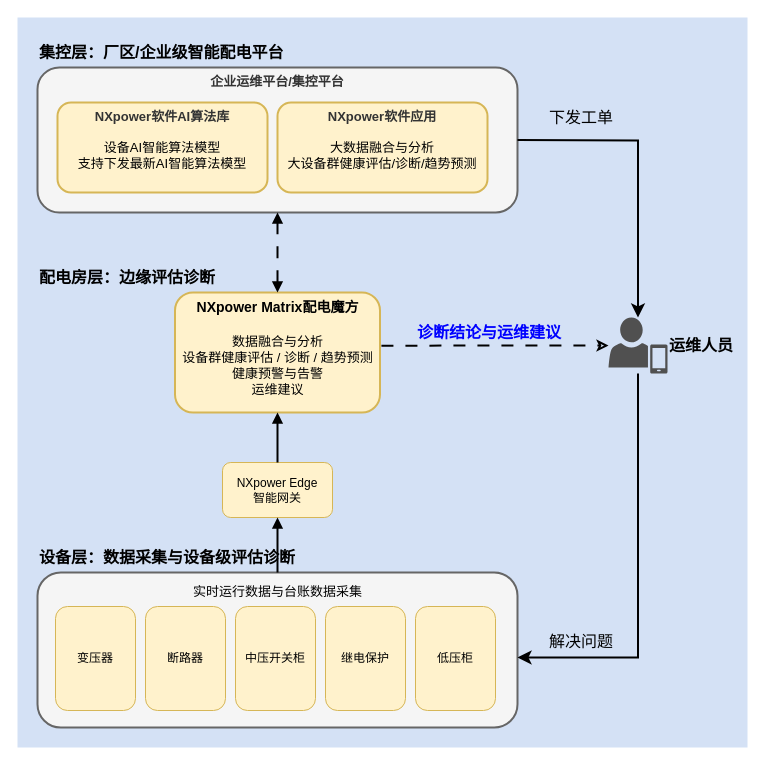
Above: page "第 4 页" (4 of 5) of documentation/pfcurve.drawio in CloudOnWings/docs (draw.io), before the change. Source tidied: cells renumbered, new cells numbered last; positions are measured from the earlier drawing's top-left corner, leaving out a move shared by most shapes. Both pictures are drawn from the tidied source at 100%, with x=0, y=0 at pixel (17, 17).
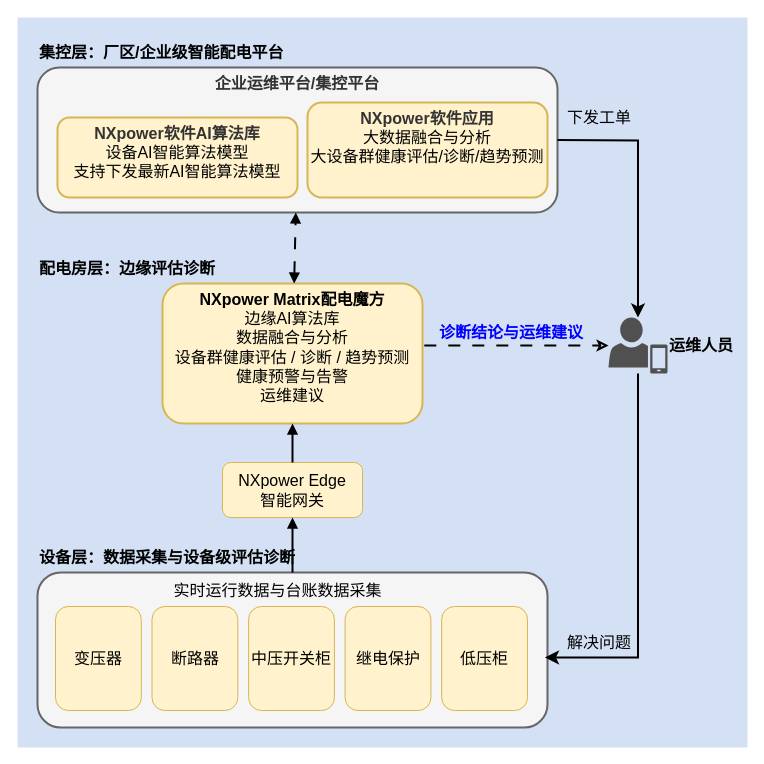
The same diagram, later.

The edit, as a diff of the source:
```diff
@@
-    <mxCell id="2" style="rounded=0;whiteSpace=wrap;html=1;strokeColor=none;fillColor=#D4E1F5;" parent="1" vertex="1">
+    <mxCell id="2" style="rounded=0;whiteSpace=wrap;html=1;strokeColor=none;fillColor=#D4E1F5;fontSize=16;" parent="1" vertex="1">
       <mxGeometry width="730" height="730" as="geometry" />
     </mxCell>
@@
     <mxCell id="4" value="配电房层：边缘评估诊断" style="text;html=1;strokeColor=none;fillColor=none;align=left;verticalAlign=middle;fontSize=16;fontStyle=1;" parent="1" vertex="1">
-      <mxGeometry x="20" y="245" width="220" height="30" as="geometry" />
+      <mxGeometry x="20" y="236" width="220" height="30" as="geometry" />
     </mxCell>
@@
-    <mxCell id="6" style="rounded=1;whiteSpace=wrap;html=1;strokeWidth=2;fillColor=#f5f5f5;strokeColor=#666666;fontColor=#333333;" parent="1" vertex="1">
-      <mxGeometry x="20" y="555" width="480" height="155" as="geometry" />
+    <mxCell id="6" style="rounded=1;whiteSpace=wrap;html=1;strokeWidth=2;fillColor=#f5f5f5;strokeColor=#666666;fontColor=#333333;fontSize=16;" parent="1" vertex="1">
+      <mxGeometry x="20" y="555" width="510" height="155" as="geometry" />
     </mxCell>
-    <mxCell id="7" value="实时运行数据与台账数据采集" style="text;html=1;strokeColor=none;fillColor=none;align=center;verticalAlign=bottom;fontSize=13;" parent="1" vertex="1">
+    <mxCell id="7" value="实时运行数据与台账数据采集" style="text;html=1;strokeColor=none;fillColor=none;align=center;verticalAlign=bottom;fontSize=16;" parent="1" vertex="1">
       <mxGeometry x="20" y="555" width="480" height="30" as="geometry" />
     </mxCell>
-    <mxCell id="8" value="变压器" style="rounded=1;whiteSpace=wrap;html=1;fillColor=#fff2cc;strokeColor=#d6b656;" parent="1" vertex="1">
-      <mxGeometry x="38" y="589" width="80" height="104" as="geometry" />
-    </mxCell>
-    <mxCell id="9" value="断路器" style="rounded=1;whiteSpace=wrap;html=1;fillColor=#fff2cc;strokeColor=#d6b656;" parent="1" vertex="1">
-      <mxGeometry x="128" y="589" width="80" height="104" as="geometry" />
-    </mxCell>
-    <mxCell id="10" value="中压开关柜" style="rounded=1;whiteSpace=wrap;html=1;fillColor=#fff2cc;strokeColor=#d6b656;" parent="1" vertex="1">
-      <mxGeometry x="218" y="589" width="80" height="104" as="geometry" />
-    </mxCell>
-    <mxCell id="11" value="继电保护" style="rounded=1;whiteSpace=wrap;html=1;fillColor=#fff2cc;strokeColor=#d6b656;" parent="1" vertex="1">
-      <mxGeometry x="308" y="589" width="80" height="104" as="geometry" />
-    </mxCell>
-    <mxCell id="12" value="低压柜" style="rounded=1;whiteSpace=wrap;html=1;fillColor=#fff2cc;strokeColor=#d6b656;" parent="1" vertex="1">
-      <mxGeometry x="398" y="589" width="80" height="104" as="geometry" />
-    </mxCell>
-    <mxCell id="13" value="NXpower Edge&lt;div&gt;智能网关&lt;/div&gt;" style="rounded=1;whiteSpace=wrap;html=1;fillColor=#fff2cc;strokeColor=#d6b656;" parent="1" vertex="1">
-      <mxGeometry x="205" y="445" width="110" height="55" as="geometry" />
+    <mxCell id="13" value="NXpower Edge&lt;div&gt;智能网关&lt;/div&gt;" style="rounded=1;whiteSpace=wrap;html=1;fillColor=#fff2cc;strokeColor=#d6b656;fontSize=16;" parent="1" vertex="1">
+      <mxGeometry x="205" y="445" width="140" height="55" as="geometry" />
     </mxCell>
-    <mxCell id="14" value="NXpower Matrix配电魔方&lt;div&gt;&lt;br&gt;&lt;div&gt;&lt;span style=&quot;color: rgb(0, 0, 0); font-size: 13px; font-weight: 400; text-wrap-mode: nowrap;&quot;&gt;数据融合与分析&lt;/span&gt;&lt;br style=&quot;color: rgb(0, 0, 0); font-size: 13px; font-weight: 400; text-wrap-mode: nowrap;&quot;&gt;&lt;span style=&quot;color: rgb(0, 0, 0); font-size: 13px; font-weight: 400; text-wrap-mode: nowrap;&quot;&gt;设备群健康评估 / 诊断 / 趋势预测&lt;/span&gt;&lt;div style=&quot;color: rgb(0, 0, 0); font-size: 13px; font-weight: 400; text-wrap-mode: nowrap;&quot;&gt;健康预警与告警&lt;/div&gt;&lt;div style=&quot;color: rgb(0, 0, 0); font-size: 13px; font-weight: 400; text-wrap-mode: nowrap;&quot;&gt;运维建议&lt;/div&gt;&lt;/div&gt;&lt;/div&gt;" style="rounded=1;whiteSpace=wrap;html=1;strokeWidth=2;fillColor=#fff2cc;strokeColor=#d6b656;align=center;verticalAlign=top;fontSize=14;fontStyle=1;" parent="1" vertex="1">
-      <mxGeometry x="157.5" y="275" width="205" height="120" as="geometry" />
+    <mxCell id="14" value="NXpower Matrix配电魔方&lt;div&gt;&lt;span style=&quot;font-weight: normal; background-color: transparent; color: light-dark(rgb(0, 0, 0), rgb(255, 255, 255));&quot;&gt;边缘AI算法库&lt;/span&gt;&lt;/div&gt;&lt;div&gt;&lt;div&gt;&lt;span style=&quot;color: rgb(0, 0, 0); font-weight: 400; text-wrap-mode: nowrap;&quot;&gt;数据融合与分析&lt;/span&gt;&lt;br style=&quot;color: rgb(0, 0, 0); font-weight: 400; text-wrap-mode: nowrap;&quot;&gt;&lt;span style=&quot;color: rgb(0, 0, 0); font-weight: 400; text-wrap-mode: nowrap;&quot;&gt;设备群健康评估 / 诊断 / 趋势预测&lt;/span&gt;&lt;div style=&quot;color: rgb(0, 0, 0); font-weight: 400; text-wrap-mode: nowrap;&quot;&gt;健康预警与告警&lt;/div&gt;&lt;div style=&quot;color: rgb(0, 0, 0); font-weight: 400; text-wrap-mode: nowrap;&quot;&gt;运维建议&lt;/div&gt;&lt;/div&gt;&lt;/div&gt;" style="rounded=1;whiteSpace=wrap;html=1;strokeWidth=2;fillColor=#fff2cc;strokeColor=#d6b656;align=center;verticalAlign=top;fontSize=16;fontStyle=1;" parent="1" vertex="1">
+      <mxGeometry x="145" y="266" width="260" height="140" as="geometry" />
     </mxCell>
-    <mxCell id="15" value="&lt;div style=&quot;&quot;&gt;&lt;div&gt;&lt;b style=&quot;background-color: transparent; color: light-dark(rgb(51, 51, 51), rgb(193, 193, 193));&quot;&gt;企业运维平台/集控平台&lt;/b&gt;&lt;/div&gt;&lt;div&gt;&lt;b style=&quot;background-color: transparent; color: light-dark(rgb(51, 51, 51), rgb(193, 193, 193));&quot;&gt;&lt;br&gt;&lt;/b&gt;&lt;/div&gt;&lt;div&gt;&lt;br&gt;&lt;/div&gt;&lt;/div&gt;" style="rounded=1;whiteSpace=wrap;html=1;strokeWidth=2;fillColor=#f5f5f5;strokeColor=#666666;align=center;verticalAlign=top;fontSize=13;fontColor=#333333;" parent="1" vertex="1">
-      <mxGeometry x="20" y="50" width="480" height="145" as="geometry" />
+    <mxCell id="15" value="&lt;div&gt;&lt;div&gt;&lt;b style=&quot;background-color: transparent; color: light-dark(rgb(51, 51, 51), rgb(193, 193, 193));&quot;&gt;企业运维平台/集控平台&lt;/b&gt;&lt;/div&gt;&lt;div&gt;&lt;b style=&quot;background-color: transparent; color: light-dark(rgb(51, 51, 51), rgb(193, 193, 193));&quot;&gt;&lt;br&gt;&lt;/b&gt;&lt;/div&gt;&lt;div&gt;&lt;br&gt;&lt;/div&gt;&lt;/div&gt;" style="rounded=1;whiteSpace=wrap;html=1;strokeWidth=2;fillColor=#f5f5f5;strokeColor=#666666;align=center;verticalAlign=top;fontSize=16;fontColor=#333333;" parent="1" vertex="1">
+      <mxGeometry x="20" y="50" width="520" height="145" as="geometry" />
     </mxCell>
-    <mxCell id="16" style="endArrow=block;html=1;strokeColor=#000000;strokeWidth=2;" parent="1" edge="1" source="6" target="13">
+    <mxCell id="16" style="endArrow=block;html=1;strokeColor=#000000;strokeWidth=2;fontSize=16;" parent="1" edge="1" source="6" target="13">
       <mxGeometry relative="1" as="geometry" />
     </mxCell>
-    <mxCell id="17" style="endArrow=block;html=1;strokeColor=#000000;strokeWidth=2;" parent="1" edge="1" source="13" target="14">
+    <mxCell id="17" style="endArrow=block;html=1;strokeColor=#000000;strokeWidth=2;fontSize=16;" parent="1" edge="1" source="13" target="14">
       <mxGeometry relative="1" as="geometry" />
     </mxCell>
-    <mxCell id="18" style="endArrow=block;html=1;strokeColor=#000000;strokeWidth=2;dashed=1;dashPattern=6 6;startArrow=block;startFill=1;" parent="1" edge="1" source="14" target="15">
+    <mxCell id="18" style="endArrow=block;html=1;strokeColor=#000000;strokeWidth=2;dashed=1;dashPattern=6 6;startArrow=block;startFill=1;fontSize=16;" parent="1" edge="1" source="14" target="15">
       <mxGeometry relative="1" as="geometry" />
     </mxCell>
-    <mxCell id="19" value="&lt;div style=&quot;&quot;&gt;&lt;div&gt;&lt;b style=&quot;background-color: transparent; color: light-dark(rgb(51, 51, 51), rgb(193, 193, 193));&quot;&gt;NXpower软件AI算法库&lt;/b&gt;&lt;/div&gt;&lt;div&gt;&lt;br&gt;&lt;/div&gt;&lt;div&gt;设备AI智能算法模型&lt;/div&gt;&lt;div&gt;支持下发最新AI智能算法模型&lt;/div&gt;&lt;div&gt;&lt;br&gt;&lt;/div&gt;&lt;/div&gt;" style="rounded=1;whiteSpace=wrap;html=1;strokeWidth=2;fillColor=#fff2cc;strokeColor=#d6b656;align=center;verticalAlign=top;fontSize=13;" parent="1" vertex="1">
-      <mxGeometry x="40" y="85" width="210" height="90" as="geometry" />
+    <mxCell id="19" value="&lt;div&gt;&lt;b style=&quot;background-color: transparent; color: light-dark(rgb(51, 51, 51), rgb(193, 193, 193));&quot;&gt;NXpower软件AI算法库&lt;/b&gt;&lt;/div&gt;&lt;div&gt;&lt;span style=&quot;background-color: transparent; color: light-dark(rgb(0, 0, 0), rgb(255, 255, 255));&quot;&gt;设备AI智能算法模型&lt;/span&gt;&lt;/div&gt;&lt;div&gt;支持下发最新AI智能算法模型&lt;/div&gt;&lt;div&gt;&lt;br&gt;&lt;br&gt;&lt;/div&gt;" style="rounded=1;whiteSpace=wrap;html=1;strokeWidth=2;fillColor=#fff2cc;strokeColor=#d6b656;align=center;verticalAlign=top;fontSize=16;" parent="1" vertex="1">
+      <mxGeometry x="40" y="100" width="240" height="80" as="geometry" />
     </mxCell>
-    <mxCell id="20" value="&lt;div style=&quot;&quot;&gt;&lt;div&gt;&lt;b style=&quot;background-color: transparent; color: light-dark(rgb(51, 51, 51), rgb(193, 193, 193));&quot;&gt;NXpower软件应用&lt;/b&gt;&lt;/div&gt;&lt;div&gt;&lt;br&gt;&lt;/div&gt;&lt;div&gt;大数据融合与分析&lt;/div&gt;&lt;div&gt;大设备群健康评估/诊断/趋势预测&lt;/div&gt;&lt;/div&gt;" style="rounded=1;whiteSpace=wrap;html=1;strokeWidth=2;fillColor=#fff2cc;strokeColor=#d6b656;align=center;verticalAlign=top;fontSize=13;" parent="1" vertex="1">
-      <mxGeometry x="260" y="85" width="210" height="90" as="geometry" />
+    <mxCell id="20" value="&lt;div&gt;&lt;b style=&quot;background-color: transparent; color: light-dark(rgb(51, 51, 51), rgb(193, 193, 193));&quot;&gt;NXpower软件应用&lt;/b&gt;&lt;/div&gt;&lt;div&gt;&lt;span style=&quot;background-color: transparent; color: light-dark(rgb(0, 0, 0), rgb(255, 255, 255));&quot;&gt;大数据融合与分析&lt;/span&gt;&lt;/div&gt;&lt;div&gt;大设备群健康评估/诊断/趋势预测&lt;br&gt;&lt;/div&gt;" style="rounded=1;whiteSpace=wrap;html=1;strokeWidth=2;fillColor=#fff2cc;strokeColor=#d6b656;align=center;verticalAlign=top;fontSize=16;" parent="1" vertex="1">
+      <mxGeometry x="290" y="85" width="240" height="95" as="geometry" />
     </mxCell>
-    <mxCell id="21" style="sketch=0;shadow=0;dashed=0;html=1;strokeColor=none;fillColor=#505050;labelPosition=center;verticalLabelPosition=bottom;verticalAlign=top;outlineConnect=0;align=center;shape=mxgraph.office.users.mobile_user;" parent="1" vertex="1">
+    <mxCell id="21" style="sketch=0;shadow=0;dashed=0;html=1;strokeColor=none;fillColor=#505050;labelPosition=center;verticalLabelPosition=bottom;verticalAlign=top;outlineConnect=0;align=center;shape=mxgraph.office.users.mobile_user;fontSize=16;" parent="1" vertex="1">
       <mxGeometry x="591" y="300" width="59" height="56" as="geometry" />
     </mxCell>
@@
     <mxCell id="23" value="下发工单" style="text;html=1;strokeColor=none;fillColor=none;align=left;verticalAlign=middle;fontSize=16;fontStyle=0;" parent="1" vertex="1">
-      <mxGeometry x="530" y="85" width="70" height="30" as="geometry" />
+      <mxGeometry x="548" y="85" width="70" height="30" as="geometry" />
     </mxCell>
-    <mxCell id="24" style="endArrow=classic;html=1;strokeColor=#000000;strokeWidth=2;dashed=1;dashPattern=6 6;exitX=1.007;exitY=0.443;exitDx=0;exitDy=0;exitPerimeter=0;endFill=0;" parent="1" edge="1" source="14" target="21">
+    <mxCell id="24" style="endArrow=classic;html=1;strokeColor=#000000;strokeWidth=2;dashed=1;dashPattern=6 6;exitX=1.007;exitY=0.443;exitDx=0;exitDy=0;exitPerimeter=0;endFill=0;fontSize=16;" parent="1" edge="1" source="14" target="21">
       <mxGeometry relative="1" as="geometry" />
     </mxCell>
     <mxCell id="25" value="&lt;font style=&quot;color: rgb(0, 0, 255);&quot;&gt;&lt;b&gt;诊断结论与运维建议&lt;/b&gt;&lt;/font&gt;" style="text;html=1;strokeColor=none;fillColor=none;align=left;verticalAlign=middle;fontSize=16;fontStyle=0;" parent="1" vertex="1">
-      <mxGeometry x="398" y="300" width="150" height="30" as="geometry" />
+      <mxGeometry x="420" y="300" width="150" height="30" as="geometry" />
     </mxCell>
-    <mxCell id="26" style="edgeStyle=elbowEdgeStyle;elbow=vertical;endArrow=classic;html=1;curved=0;rounded=0;endSize=8;startSize=8;strokeWidth=2;" parent="1" edge="1" source="21">
+    <mxCell id="26" style="edgeStyle=elbowEdgeStyle;elbow=vertical;endArrow=classic;html=1;curved=0;rounded=0;endSize=8;startSize=8;strokeWidth=2;fontSize=16;entryX=0.995;entryY=0.546;entryDx=0;entryDy=0;entryPerimeter=0;" parent="1" edge="1" source="21" target="6">
       <mxGeometry relative="1" as="geometry">
-        <mxPoint x="500" y="640" as="targetPoint" />
         <Array as="points">
           <mxPoint x="560" y="640" />
         </Array>
       </mxGeometry>
     </mxCell>
-    <mxCell id="27" style="edgeStyle=elbowEdgeStyle;elbow=vertical;endArrow=classic;html=1;curved=0;rounded=0;endSize=8;startSize=8;strokeWidth=2;exitX=1;exitY=0.5;exitDx=0;exitDy=0;" parent="1" edge="1" source="15" target="21">
+    <mxCell id="27" style="edgeStyle=elbowEdgeStyle;elbow=vertical;endArrow=classic;html=1;curved=0;rounded=0;endSize=8;startSize=8;strokeWidth=2;exitX=1;exitY=0.5;exitDx=0;exitDy=0;fontSize=16;" parent="1" edge="1" source="15" target="21">
       <mxGeometry relative="1" as="geometry">
         <Array as="points">
           <mxPoint x="550" y="123" />
         </Array>
       </mxGeometry>
     </mxCell>
     <mxCell id="28" value="解决问题" style="text;html=1;strokeColor=none;fillColor=none;align=left;verticalAlign=middle;fontSize=16;fontStyle=0;" parent="1" vertex="1">
-      <mxGeometry x="530" y="609" width="70" height="30" as="geometry" />
+      <mxGeometry x="548" y="610" width="70" height="30" as="geometry" />
     </mxCell>
+    <mxCell id="29" style="group;" parent="1" vertex="1">
+      <mxGeometry x="38" y="589" width="472" height="104" as="geometry" />
+    </mxCell>
+    <mxCell id="8" value="变压器" style="rounded=1;whiteSpace=wrap;html=1;fillColor=#fff2cc;strokeColor=#d6b656;fontSize=16;" parent="29" vertex="1">
+      <mxGeometry width="85.8" height="104" as="geometry" />
+    </mxCell>
+    <mxCell id="9" value="断路器" style="rounded=1;whiteSpace=wrap;html=1;fillColor=#fff2cc;strokeColor=#d6b656;fontSize=16;" parent="29" vertex="1">
+      <mxGeometry x="96.5" width="85.8" height="104" as="geometry" />
+    </mxCell>
+    <mxCell id="10" value="中压开关柜" style="rounded=1;whiteSpace=wrap;html=1;fillColor=#fff2cc;strokeColor=#d6b656;fontSize=16;" parent="29" vertex="1">
+      <mxGeometry x="193.1" width="85.8" height="104" as="geometry" />
+    </mxCell>
+    <mxCell id="11" value="继电保护" style="rounded=1;whiteSpace=wrap;html=1;fillColor=#fff2cc;strokeColor=#d6b656;fontSize=16;" parent="29" vertex="1">
+      <mxGeometry x="289.6" width="85.8" height="104" as="geometry" />
+    </mxCell>
+    <mxCell id="12" value="低压柜" style="rounded=1;whiteSpace=wrap;html=1;fillColor=#fff2cc;strokeColor=#d6b656;fontSize=16;" parent="29" vertex="1">
+      <mxGeometry x="386.2" width="85.8" height="104" as="geometry" />
+    </mxCell>
```
